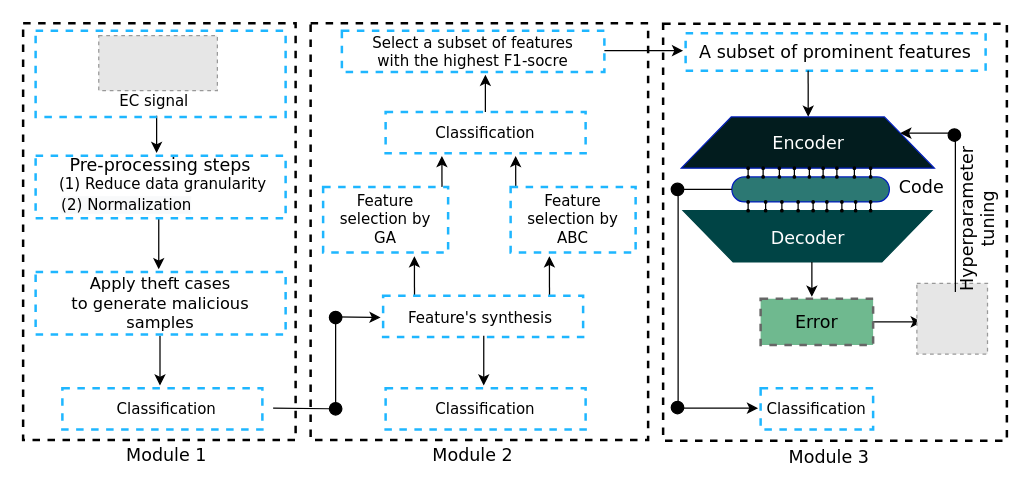
Earlier version of the draw.io diagram j2_systemModel.drawio (Faisalse/j1_smartgrid). Source tidied: cells renumbered, new cells numbered last; positions are measured from the earlier drawing's top-left corner, leaving out a move shared by most shapes. Both pictures are drawn from the tidied source at 125%, with x=0, y=0 at pixel (22, 22). Pictures stored in the file or linked from it are replaced by grey dashed boxes.
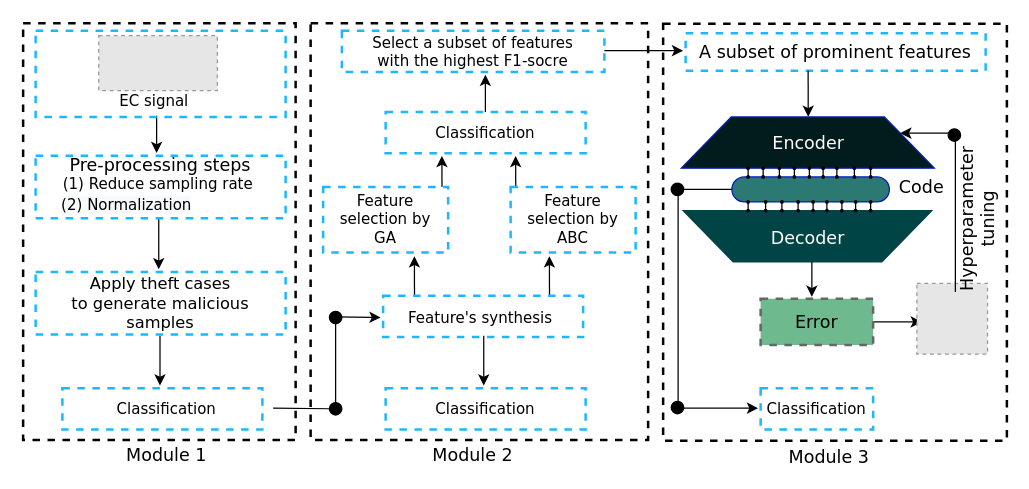
Above is the later version.

Change to the diagram source:
```diff
@@
-    <mxCell id="38" value="&lt;font&gt;(1) Reduce data granularity&lt;br&gt;&lt;/font&gt;" style="text;html=1;strokeColor=none;fillColor=none;align=center;verticalAlign=middle;whiteSpace=wrap;rounded=0;dashed=1;fontFamily=Verdana;" parent="1" vertex="1">
+    <mxCell id="38" value="&lt;font&gt;(1) Reduce sampling rate&amp;nbsp;&amp;nbsp;&lt;br&gt;&lt;/font&gt;" style="text;html=1;strokeColor=none;fillColor=none;align=center;verticalAlign=middle;whiteSpace=wrap;rounded=0;dashed=1;fontFamily=Verdana;" parent="1" vertex="1">
       <mxGeometry x="20" y="119" width="184" height="20" as="geometry" />
     </mxCell>
```
